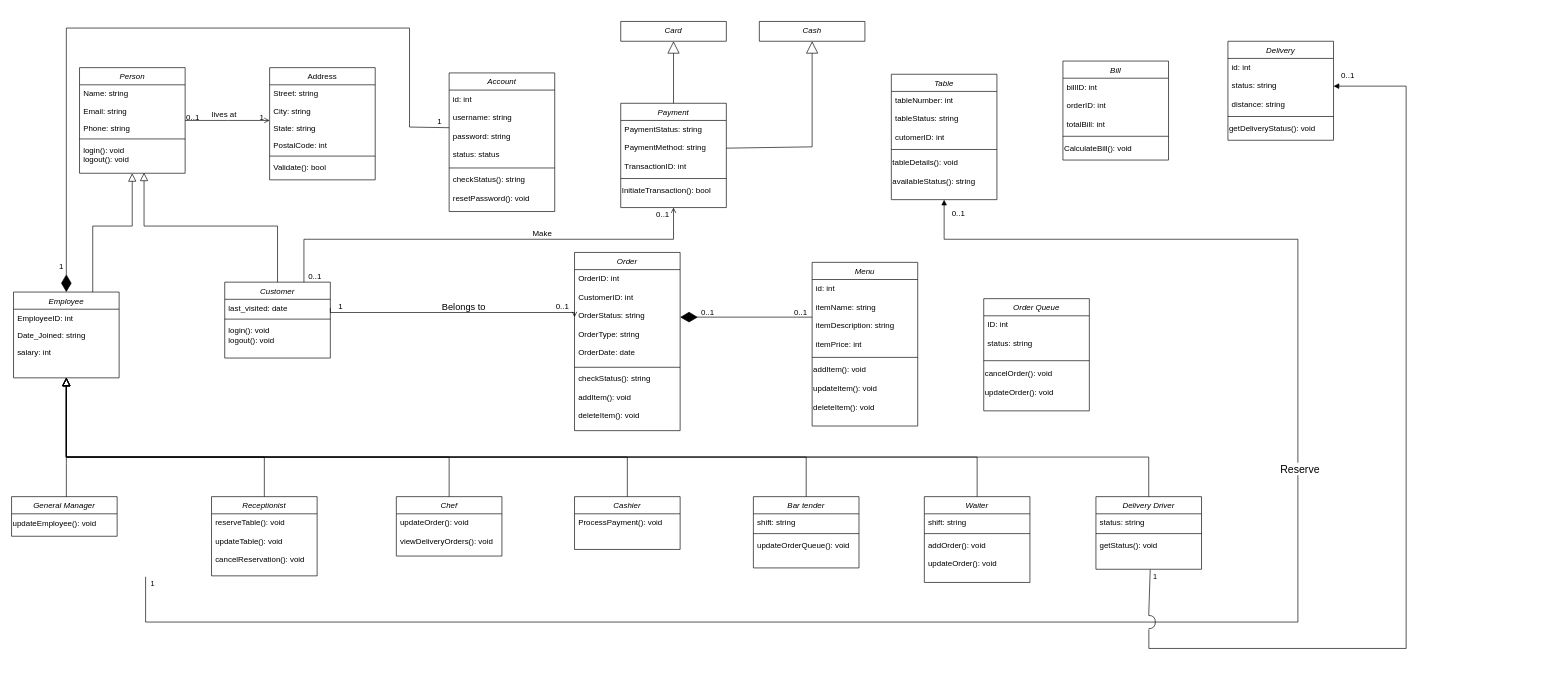
Before: Restaurant Management System Class Diagram.drawio in Akthar99/Restaurant-Management-System, a draw.io diagram. Source tidied: cells renumbered, new cells numbered last; positions are measured from the earlier drawing's top-left corner, leaving out a move shared by most shapes. Both pictures are drawn from the tidied source at 66%, with x=0, y=0 at pixel (11, 21).
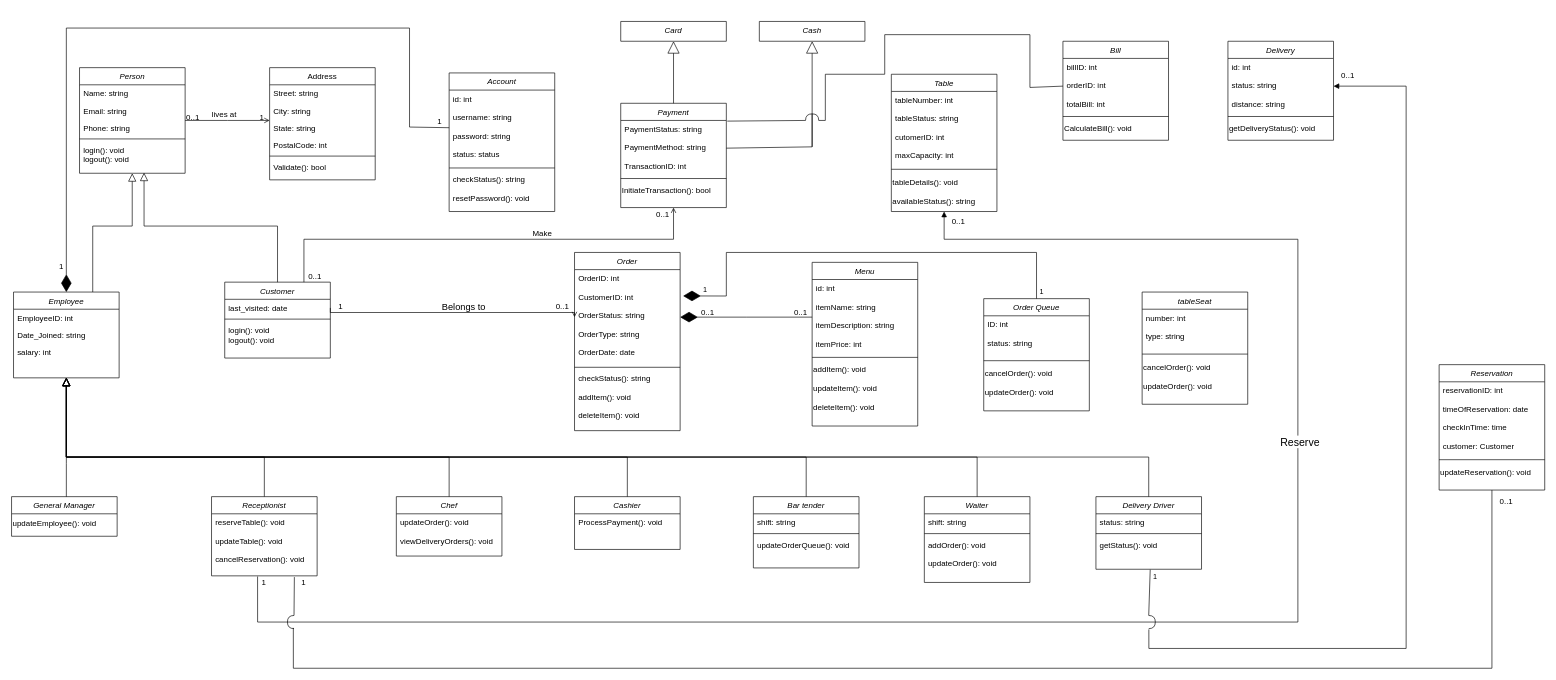
After the change.

The change refers to these unchanged cells:
```xml
<mxCell id="25" value="reserveTable(): void&#10;&#10;updateTable(): void&#10;&#10;cancelReservation(): void&#10;" style="text;align=left;verticalAlign=top;spacingLeft=4;spacingRight=4;overflow=hidden;points=[[0,0.5],[1,0.5]];portConstraint=eastwest;" parent="24" vertex="1">
  <mxGeometry y="26" width="160" height="94" as="geometry" />
</mxCell>
<mxCell id="57" value="OrderID: int &#10;&#10;CustomerID: int&#10;&#10;OrderStatus: string&#10;&#10;OrderType: string&#10;&#10;OrderDate: date&#10;" style="text;align=left;verticalAlign=top;spacingLeft=4;spacingRight=4;overflow=hidden;points=[[0,0.5],[1,0.5]];portConstraint=eastwest;" parent="56" vertex="1">
  <mxGeometry y="26" width="160" height="144" as="geometry" />
</mxCell>
<mxCell id="61" value="PaymentStatus: string&#10;&#10;PaymentMethod: string&#10;&#10;TransactionID: int&#10;" style="text;align=left;verticalAlign=top;spacingLeft=4;spacingRight=4;overflow=hidden;points=[[0,0.5],[1,0.5]];portConstraint=eastwest;" parent="60" vertex="1">
  <mxGeometry y="26" width="160" height="84" as="geometry" />
</mxCell>
<mxCell id="85" value="Cash " style="swimlane;fontStyle=2;align=center;verticalAlign=top;horizontal=1;startSize=40;rounded=0;shadow=0;strokeWidth=1;" parent="1" vertex="1">
  <mxGeometry x="1133" width="160" height="30" as="geometry" />
</mxCell>
<mxCell id="94" value="billID: int&#10;&#10;orderID: int&#10;&#10;totalBill: int&#10;" style="text;align=left;verticalAlign=top;spacingLeft=4;spacingRight=4;overflow=hidden;points=[[0,0.5],[1,0.5]];portConstraint=eastwest;" parent="93" vertex="1">
  <mxGeometry y="26" width="160" height="84" as="geometry" />
</mxCell>
<mxCell id="101" value="Order Queue" style="swimlane;fontStyle=2;align=center;verticalAlign=top;horizontal=1;startSize=26;rounded=0;shadow=0;strokeWidth=1;" parent="1" vertex="1">
  <mxGeometry x="1473" y="420" width="160" height="170" as="geometry" />
</mxCell>
```

Change to the diagram source:
```diff
@@
-    <mxCell id="88" style="endArrow=block;endSize=16;endFill=0;html=1;rounded=0;exitX=1;exitY=0.5;exitDx=0;exitDy=0;entryX=0.5;entryY=1;entryDx=0;entryDy=0;" parent="1" edge="1" source="61" target="85">
+    <mxCell id="88" style="endArrow=block;endSize=16;endFill=0;html=1;rounded=0;exitX=1;exitY=0.5;exitDx=0;exitDy=0;entryX=0.5;entryY=1;entryDx=0;entryDy=0;" parent="1" edge="1" source="117" target="85">
       <mxGeometry relative="1" as="geometry">
         <Array as="points">
           <mxPoint x="1213" y="190" />
         </Array>
       </mxGeometry>
     </mxCell>
     <mxCell id="89" value="Table" style="swimlane;fontStyle=2;align=center;verticalAlign=top;horizontal=1;startSize=26;rounded=0;shadow=0;strokeWidth=1;" parent="1" vertex="1">
-      <mxGeometry x="1333" y="80" width="160" height="190" as="geometry" />
+      <mxGeometry x="1333" y="80" width="160" height="208" as="geometry" />
     </mxCell>
-    <mxCell id="90" value="tableNumber: int&#10;&#10;tableStatus: string&#10;&#10;cutomerID: int&#10;" style="text;align=left;verticalAlign=top;spacingLeft=4;spacingRight=4;overflow=hidden;" parent="89" vertex="1">
-      <mxGeometry y="26" width="160" height="84" as="geometry" />
+    <mxCell id="90" value="tableNumber: int&#10;&#10;tableStatus: string&#10;&#10;cutomerID: int&#10;&#10;maxCapacity: int&#10;&#10;" style="text;align=left;verticalAlign=top;spacingLeft=4;spacingRight=4;overflow=hidden;" parent="89" vertex="1">
+      <mxGeometry y="26" width="160" height="114" as="geometry" />
     </mxCell>
     <mxCell id="91" style="line;html=1;strokeWidth=1;align=left;verticalAlign=middle;spacingTop=-1;spacingLeft=3;spacingRight=3;labelPosition=right;" parent="89" vertex="1">
-      <mxGeometry y="110" width="160" height="8" as="geometry" />
+      <mxGeometry y="140" width="160" height="8" as="geometry" />
     </mxCell>
     <mxCell id="92" value="&lt;div&gt;tableDetails(): void&lt;/div&gt;&lt;div&gt;&lt;br&gt;&lt;/div&gt;&lt;div&gt;availableStatus(): string&lt;br&gt;&lt;/div&gt;" style="text;html=1;align=left;verticalAlign=middle;strokeColor=none;fillColor=none;" parent="89" vertex="1">
-      <mxGeometry y="118" width="160" height="60" as="geometry" />
+      <mxGeometry y="148" width="160" height="60" as="geometry" />
     </mxCell>
     <mxCell id="93" value="Bill" style="swimlane;fontStyle=2;align=center;verticalAlign=top;horizontal=1;startSize=26;rounded=0;shadow=0;strokeWidth=1;" parent="1" vertex="1">
-      <mxGeometry x="1593" y="60" width="160" height="150" as="geometry" />
+      <mxGeometry x="1593" y="30" width="160" height="150" as="geometry" />
     </mxCell>
@@
-    <mxCell id="98" style="endArrow=block;endFill=1;html=1;edgeStyle=orthogonalEdgeStyle;align=left;verticalAlign=top;rounded=0;exitX=0.464;exitY=1.015;exitDx=0;exitDy=0;exitPerimeter=0;entryX=0.5;entryY=1;entryDx=0;entryDy=0;" parent="1" edge="1" target="89">
+    <mxCell id="98" style="endArrow=block;endFill=1;html=1;edgeStyle=orthogonalEdgeStyle;align=left;verticalAlign=top;rounded=0;exitX=0.436;exitY=1.011;exitDx=0;exitDy=0;exitPerimeter=0;entryX=0.5;entryY=1;entryDx=0;entryDy=0;" parent="1" edge="1" source="25" target="89">
       <mxGeometry x="-1" relative="1" as="geometry">
-        <mxPoint x="203.1" y="841.4" as="sourcePoint" />
         <Array as="points">
-          <mxPoint x="203" y="910" />
+          <mxPoint x="373" y="910" />
           <mxPoint x="1949" y="910" />
           <mxPoint x="1949" y="330" />
           <mxPoint x="1413" y="330" />
         </Array>
       </mxGeometry>
     </mxCell>
-    <mxCell id="99" value="1" style="edgeLabel;html=1;align=left;verticalAlign=bottom;" parent="98" vertex="1">
-      <mxGeometry x="-1" relative="1" as="geometry">
-        <mxPoint x="6" y="19" as="offset" />
-      </mxGeometry>
-    </mxCell>
@@
     <mxCell id="105" value="0..1" style="align=left;verticalAlign=bottom;labelBackgroundColor=none;fontSize=12;" parent="1" vertex="1">
-      <mxGeometry x="1423" y="300" as="geometry" />
+      <mxGeometry x="1423" y="312" as="geometry" />
     </mxCell>
@@
+    <mxCell id="115" style="endArrow=none;html=1;rounded=0;exitX=1.009;exitY=0.012;exitDx=0;exitDy=0;exitPerimeter=0;" parent="1" edge="1" source="61">
+      <mxGeometry relative="1" as="geometry">
+        <mxPoint x="1203" y="150" as="targetPoint" />
+      </mxGeometry>
+    </mxCell>
+    <mxCell id="116" style="endArrow=none;html=1;rounded=0;entryX=0;entryY=0.5;entryDx=0;entryDy=0;" parent="1" edge="1" target="94">
+      <mxGeometry relative="1" as="geometry">
+        <mxPoint x="1223" y="150" as="sourcePoint" />
+        <Array as="points">
+          <mxPoint x="1223" y="150" />
+          <mxPoint x="1233" y="150" />
+          <mxPoint x="1233" y="80" />
+          <mxPoint x="1323" y="80" />
+          <mxPoint x="1323" y="20" />
+          <mxPoint x="1543" y="20" />
+          <mxPoint x="1543" y="100" />
+        </Array>
+      </mxGeometry>
+    </mxCell>
+    <mxCell id="117" style="shape=requiredInterface;html=1;verticalLabelPosition=bottom;sketch=0;direction=north;" parent="1" vertex="1">
+      <mxGeometry x="1203" y="140" width="20" height="10" as="geometry" />
+    </mxCell>
+    <mxCell id="118" style="endArrow=none;html=1;rounded=0;exitX=1;exitY=0.5;exitDx=0;exitDy=0;" parent="1" edge="1" source="61">
+      <mxGeometry relative="1" as="geometry">
+        <mxPoint x="1213" y="190" as="targetPoint" />
+      </mxGeometry>
+    </mxCell>
+    <mxCell id="119" style="endArrow=diamondThin;endFill=1;endSize=24;html=1;rounded=0;entryX=1.028;entryY=0.277;entryDx=0;entryDy=0;exitX=0.5;exitY=0;exitDx=0;exitDy=0;entryPerimeter=0;" parent="1" edge="1" source="101" target="57">
+      <mxGeometry relative="1" as="geometry">
+        <Array as="points">
+          <mxPoint x="1553" y="350" />
+          <mxPoint x="1083" y="350" />
+          <mxPoint x="1083" y="416" />
+        </Array>
+      </mxGeometry>
+    </mxCell>
+    <mxCell id="120" value="1" style="edgeLabel;html=1;align=left;verticalAlign=bottom;" parent="1" vertex="1">
+      <mxGeometry x="1556" y="418" as="geometry" />
+    </mxCell>
+    <mxCell id="121" value="1" style="edgeLabel;html=1;align=left;verticalAlign=bottom;" parent="1" vertex="1">
+      <mxGeometry x="1748.2" y="866" as="geometry">
+        <mxPoint x="-702" y="-452" as="offset" />
+      </mxGeometry>
+    </mxCell>
+    <mxCell id="122" value="Reservation" style="swimlane;fontStyle=2;align=center;verticalAlign=top;horizontal=1;startSize=26;rounded=0;shadow=0;strokeWidth=1;" parent="1" vertex="1">
+      <mxGeometry x="2163" y="520" width="160" height="190" as="geometry" />
+    </mxCell>
+    <mxCell id="123" value="reservationID: int&#10;&#10;timeOfReservation: date&#10;&#10;checkInTime: time&#10;&#10;customer: Customer&#10;" style="text;align=left;verticalAlign=top;spacingLeft=4;spacingRight=4;overflow=hidden;" parent="122" vertex="1">
+      <mxGeometry y="26" width="160" height="114" as="geometry" />
+    </mxCell>
+    <mxCell id="124" style="line;html=1;strokeWidth=1;align=left;verticalAlign=middle;spacingTop=-1;spacingLeft=3;spacingRight=3;labelPosition=right;" parent="122" vertex="1">
+      <mxGeometry y="140" width="160" height="8" as="geometry" />
+    </mxCell>
+    <mxCell id="125" value="updateReservation(): void" style="text;html=1;align=left;verticalAlign=middle;strokeColor=none;fillColor=none;" parent="122" vertex="1">
+      <mxGeometry y="148" width="160" height="30" as="geometry" />
+    </mxCell>
+    <mxCell id="126" style="endArrow=none;html=1;rounded=0;entryX=0.753;entryY=1.02;entryDx=0;entryDy=0;entryPerimeter=0;" parent="1" edge="1">
+      <mxGeometry relative="1" as="geometry">
+        <mxPoint x="428" y="900" as="sourcePoint" />
+        <mxPoint x="428.5" y="841.9" as="targetPoint" />
+      </mxGeometry>
+    </mxCell>
+    <mxCell id="127" style="endArrow=none;html=1;rounded=0;entryX=0.104;entryY=0.058;entryDx=0;entryDy=0;entryPerimeter=0;exitX=0.5;exitY=1;exitDx=0;exitDy=0;" parent="1" edge="1" source="122" target="128">
+      <mxGeometry relative="1" as="geometry">
+        <Array as="points">
+          <mxPoint x="2243" y="980" />
+          <mxPoint x="427" y="980" />
+        </Array>
+      </mxGeometry>
+    </mxCell>
+    <mxCell id="128" style="shape=requiredInterface;html=1;verticalLabelPosition=bottom;sketch=0;direction=west;" parent="1" vertex="1">
+      <mxGeometry x="418" y="900" width="10" height="20" as="geometry" />
+    </mxCell>
+    <mxCell id="129" value="1" style="align=right;verticalAlign=bottom;labelBackgroundColor=none;fontSize=12;" parent="1" vertex="1">
+      <mxGeometry x="573" y="440" as="geometry">
+        <mxPoint x="-126" y="418" as="offset" />
+      </mxGeometry>
+    </mxCell>
+    <mxCell id="130" value="1" style="align=right;verticalAlign=bottom;labelBackgroundColor=none;fontSize=12;" parent="1" vertex="1">
+      <mxGeometry x="387" y="858" as="geometry" />
+    </mxCell>
+    <mxCell id="131" value="0..1" style="align=left;verticalAlign=bottom;labelBackgroundColor=none;fontSize=12;" parent="1" vertex="1">
+      <mxGeometry x="2253" y="735" as="geometry" />
+    </mxCell>
+    <mxCell id="132" value="tableSeat" style="swimlane;fontStyle=2;align=center;verticalAlign=top;horizontal=1;startSize=26;rounded=0;shadow=0;strokeWidth=1;" parent="1" vertex="1">
+      <mxGeometry x="1713" y="410" width="160" height="170" as="geometry" />
+    </mxCell>
+    <mxCell id="133" value="number: int&#10;&#10;type: string&#10;" style="text;align=left;verticalAlign=top;spacingLeft=4;spacingRight=4;overflow=hidden;" parent="132" vertex="1">
+      <mxGeometry y="26" width="160" height="64" as="geometry" />
+    </mxCell>
+    <mxCell id="134" style="line;html=1;strokeWidth=1;align=left;verticalAlign=middle;spacingTop=-1;spacingLeft=3;spacingRight=3;labelPosition=right;" parent="132" vertex="1">
+      <mxGeometry y="90" width="160" height="8" as="geometry" />
+    </mxCell>
+    <mxCell id="135" value="&lt;div&gt;cancelOrder(): void&lt;/div&gt;&lt;div&gt;&lt;br&gt;&lt;/div&gt;&lt;div&gt;updateOrder(): void&lt;br&gt;&lt;/div&gt;" style="text;html=1;align=left;verticalAlign=middle;strokeColor=none;fillColor=none;" parent="132" vertex="1">
+      <mxGeometry y="98" width="160" height="60" as="geometry" />
+    </mxCell>
```
